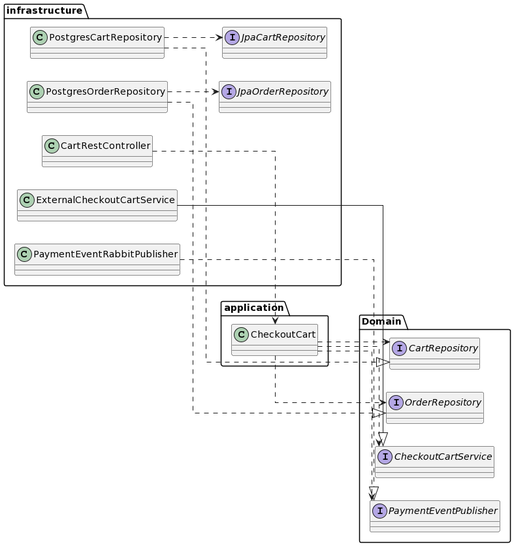
Earlier version of the PlantUML export class-diagram-clients.png (MasterCloudApps-Projects/realfood-clients). Source of this version:
```plantuml
@startuml
left to right direction
skinparam linetype ortho

package Domain{
    interface OrderRepository
    interface CartRepository

    interface CheckoutCartService
    interface PaymentEventPublisher
}

package application{
    class CheckoutCart
}

package infrastructure {
    class CartRestController

    class PostgresCartRepository
    class PostgresOrderRepository
    class ExternalCheckoutCartService
    class PaymentEventRabbitPublisher

    interface JpaCartRepository
    interface JpaOrderRepository
}

    CartRestController ..> CheckoutCart
    CheckoutCart ..> OrderRepository
    CheckoutCart ..> CartRepository
    CheckoutCart ..> CheckoutCartService
    CheckoutCart ..> PaymentEventPublisher

    PostgresCartRepository ..> JpaCartRepository
    PostgresOrderRepository ..> JpaOrderRepository
    PostgresCartRepository ..|> CartRepository
    PostgresOrderRepository ..|> OrderRepository

    ExternalCheckoutCartService --|> CheckoutCartService
    PaymentEventRabbitPublisher ..|> PaymentEventPublisher
@enduml
```
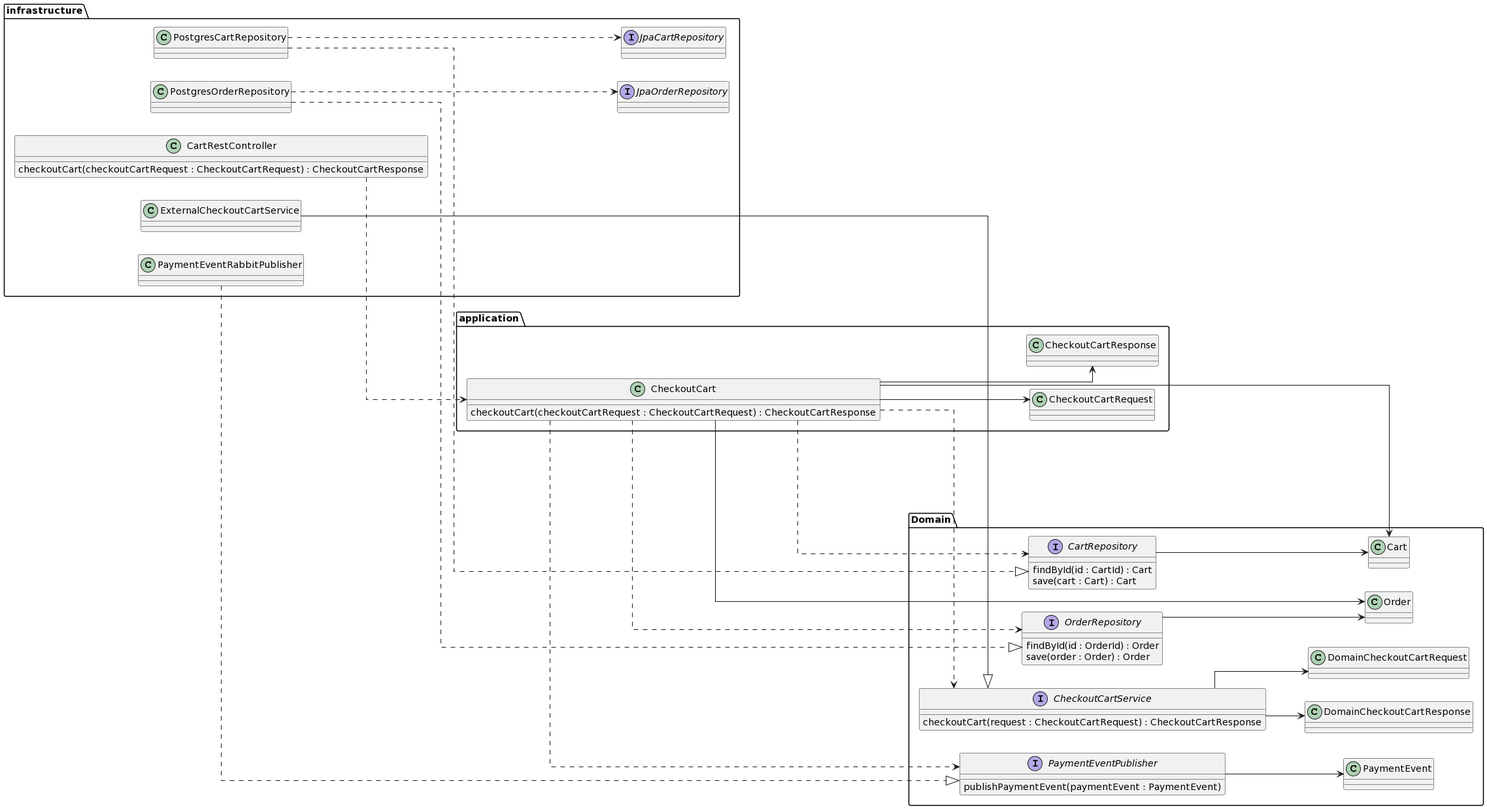
The same diagram one commit later.

Commit message:
Update class diagram

The edit, as a diff of the source:
```diff
@@ -3,19 +3,46 @@
 skinparam linetype ortho
 
 package Domain{
-    interface OrderRepository
-    interface CartRepository
+    interface OrderRepository {
+        findById(id : OrderId) : Order
+        save(order : Order) : Order
+    }
+    interface CartRepository {
+        findById(id : CartId) : Cart
+        save(cart : Cart) : Cart
+    }
 
-    interface CheckoutCartService
-    interface PaymentEventPublisher
+    interface CheckoutCartService{
+        checkoutCart(request : CheckoutCartRequest) : CheckoutCartResponse
+    }
+
+    class DomainCheckoutCartRequest
+    class DomainCheckoutCartResponse
+
+    interface PaymentEventPublisher{
+        publishPaymentEvent(paymentEvent : PaymentEvent)
+    }
+
+    class PaymentEvent
+
+    class Cart
+    class Order
 }
 
 package application{
-    class CheckoutCart
+    class CheckoutCart{
+        checkoutCart(checkoutCartRequest : CheckoutCartRequest) : CheckoutCartResponse
+    }
+
+    class CheckoutCartRequest
+    class CheckoutCartResponse
 }
 
 package infrastructure {
-    class CartRestController
+    class CartRestController {
+        checkoutCart(checkoutCartRequest : CheckoutCartRequest) : CheckoutCartResponse
+    }
+
 
     class PostgresCartRepository
     class PostgresOrderRepository
@@ -39,4 +66,18 @@
 
     ExternalCheckoutCartService --|> CheckoutCartService
     PaymentEventRabbitPublisher ..|> PaymentEventPublisher
+
+    CheckoutCart --> CheckoutCartRequest
+    CheckoutCart --> CheckoutCartResponse
+
+    CartRepository --> Cart
+    OrderRepository --> Order
+
+    CheckoutCart --> Cart
+    CheckoutCart --> Order
+
+    CheckoutCartService --> DomainCheckoutCartRequest
+    CheckoutCartService --> DomainCheckoutCartResponse
+
+    PaymentEventPublisher --> PaymentEvent
 @enduml
```
